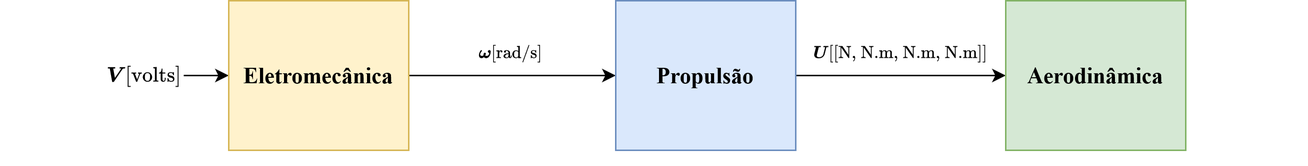
The draw.io diagram Documents/capitulos/modelagem/imgs/diagrama_blocos_final.png in n1111ck/AQC, before a commit. Source tidied: cells renumbered, new cells last; positions are measured from the earlier drawing's top-left corner, leaving out a move shared by most shapes.
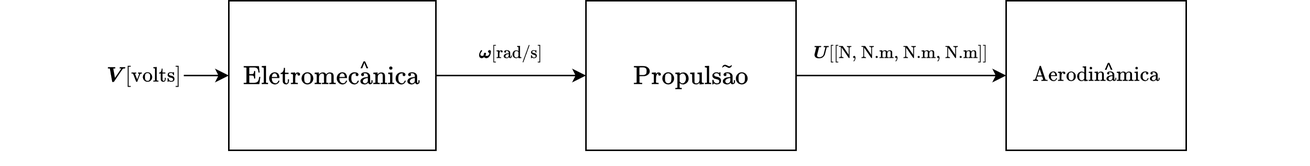
After the change.

Change to the diagram source:
```diff
@@ -17,8 +17,8 @@
     <mxCell id="4" style="edgeStyle=orthogonalEdgeStyle;rounded=0;jettySize=auto;html=1;" parent="1" edge="1" source="5" target="8">
       <mxGeometry relative="1" as="geometry" />
     </mxCell>
-    <mxCell id="5" value="&lt;font size=&quot;1&quot;&gt;&lt;b&gt;&lt;font style=&quot;font-size: 15px;&quot; face=&quot;Times New Roman&quot;&gt;Eletromecânica&lt;/font&gt;&lt;/b&gt;&lt;/font&gt;" style="rounded=0;whiteSpace=wrap;html=1;fillColor=#fff2cc;strokeColor=#d6b656;" parent="1" vertex="1">
-      <mxGeometry x="152" width="120" height="100" as="geometry" />
+    <mxCell id="5" value="&lt;div style=&quot;font-size: 13px;&quot; align=&quot;center&quot;&gt;&lt;font face=&quot;Helvetica&quot; style=&quot;font-size: 15px;&quot;&gt;$$\text{Eletromecanica}$$&lt;/font&gt;&lt;/div&gt;" style="rounded=0;whiteSpace=wrap;html=1;align=center;" parent="1" vertex="1">
+      <mxGeometry x="152" width="138" height="100" as="geometry" />
     </mxCell>
     <mxCell id="6" value="$$\boldsymbol{V} \text{[volts]}$$ " style="text;html=1;align=center;verticalAlign=middle;strokeColor=none;fillColor=none;" parent="1" vertex="1">
       <mxGeometry y="35" width="190" height="30" as="geometry" />
@@ -26,10 +26,10 @@
     <mxCell id="7" style="edgeStyle=orthogonalEdgeStyle;rounded=0;jettySize=auto;html=1;" parent="1" edge="1" source="8" target="9">
       <mxGeometry relative="1" as="geometry" />
     </mxCell>
-    <mxCell id="8" value="&lt;font size=&quot;1&quot;&gt;&lt;b&gt;&lt;font style=&quot;font-size: 15px;&quot; face=&quot;Times New Roman&quot;&gt;Propulsão&lt;/font&gt;&lt;/b&gt;&lt;/font&gt;" style="rounded=0;whiteSpace=wrap;html=1;fillColor=#dae8fc;strokeColor=#6c8ebf;" parent="1" vertex="1">
-      <mxGeometry x="410" width="120" height="100" as="geometry" />
+    <mxCell id="8" value="&lt;font style=&quot;font-size: 15px;&quot; face=&quot;Helvetica&quot;&gt;$$\text{Propulsao}$$&lt;/font&gt;" style="rounded=0;whiteSpace=wrap;html=1;" parent="1" vertex="1">
+      <mxGeometry x="390" width="140" height="100" as="geometry" />
     </mxCell>
-    <mxCell id="9" value="&lt;font size=&quot;1&quot;&gt;&lt;b&gt;&lt;font style=&quot;font-size: 15px;&quot; face=&quot;Times New Roman&quot;&gt;Aerodinâmica&lt;/font&gt;&lt;/b&gt;&lt;/font&gt;" style="rounded=0;whiteSpace=wrap;html=1;fillColor=#d5e8d4;strokeColor=#82b366;" parent="1" vertex="1">
+    <mxCell id="9" value="$$\text{Aerodinamica}$$" style="rounded=0;whiteSpace=wrap;html=1;align=center;" parent="1" vertex="1">
       <mxGeometry x="670" width="120" height="100" as="geometry" />
     </mxCell>
     <mxCell id="10" value="&lt;font style=&quot;font-size: 10px;&quot;&gt;$$\boldsymbol{U} \text{[[N, N.m, N.m, N.m]]}$$ &lt;/font&gt;" style="text;html=1;align=center;verticalAlign=middle;strokeColor=none;fillColor=none;" parent="1" vertex="1">
@@ -38,5 +38,14 @@
     <mxCell id="11" value="$$\boldsymbol{\omega} \text{[rad/s]}$$ " style="text;html=1;align=center;verticalAlign=middle;strokeColor=none;fillColor=none;fontSize=10;" parent="1" vertex="1">
       <mxGeometry x="240" y="20" width="200" height="30" as="geometry" />
     </mxCell>
+    <mxCell id="12" value="^" style="text;html=1;align=center;verticalAlign=middle;strokeColor=none;fillColor=none;" parent="1" vertex="1">
+      <mxGeometry x="227" y="30" width="30" height="30" as="geometry" />
+    </mxCell>
+    <mxCell id="13" value="~" style="text;html=1;align=center;verticalAlign=middle;strokeColor=none;fillColor=none;" parent="1" vertex="1">
+      <mxGeometry x="469" y="29" width="30" height="30" as="geometry" />
+    </mxCell>
+    <mxCell id="14" value="^" style="text;html=1;align=center;verticalAlign=middle;strokeColor=none;fillColor=none;" parent="1" vertex="1">
+      <mxGeometry x="723" y="31" width="30" height="30" as="geometry" />
+    </mxCell>
   </root>
 </mxGraphModel>
```
